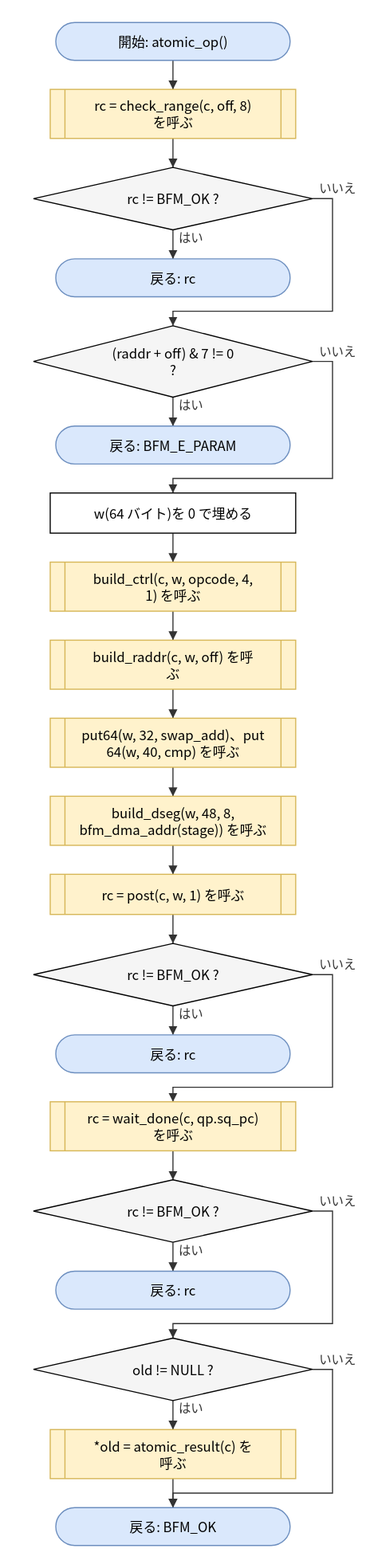
This is doc/spec/images/flow_src_bfm_ops-atomic_op.drawio.svg from hf355051012-ai/bfmem, a draw.io export, as it was before one commit. Source tidied: cells renumbered, new cells last; positions are measured from the earlier drawing's top-left corner, leaving out a move shared by most shapes. The source it was exported from:
```xml
<mxGraphModel>
  <root>
    <mxCell id="0" />
    <mxCell id="1" parent="0" />
    <mxCell id="2" value="開始: atomic_op()" style="rounded=1;arcSize=50;whiteSpace=wrap;html=1;fillColor=#dae8fc;strokeColor=#6c8ebf;" parent="1" vertex="1">
      <mxGeometry x="20" width="210" height="34" as="geometry" />
    </mxCell>
    <mxCell id="3" value="rc = check_range(c, off, 8)&lt;br&gt;を呼ぶ" style="shape=process;whiteSpace=wrap;html=1;backgroundOutline=1;size=0.06;fillColor=#fff2cc;strokeColor=#d6b656;" parent="1" vertex="1">
      <mxGeometry x="15" y="60" width="220" height="44" as="geometry" />
    </mxCell>
    <mxCell id="4" value="rc != BFM_OK ?" style="rhombus;whiteSpace=wrap;html=1;fillColor=#f5f5f5;" parent="1" vertex="1">
      <mxGeometry y="130" width="250" height="56" as="geometry" />
    </mxCell>
    <mxCell id="5" value="戻る: rc" style="rounded=1;arcSize=50;whiteSpace=wrap;html=1;fillColor=#dae8fc;strokeColor=#6c8ebf;" parent="1" vertex="1">
      <mxGeometry x="20" y="212" width="210" height="34" as="geometry" />
    </mxCell>
    <mxCell id="6" value="(raddr + off) &amp;amp; 7 != 0&lt;br&gt;?" style="rhombus;whiteSpace=wrap;html=1;fillColor=#f5f5f5;" parent="1" vertex="1">
      <mxGeometry y="272" width="250" height="64" as="geometry" />
    </mxCell>
    <mxCell id="7" value="戻る: BFM_E_PARAM" style="rounded=1;arcSize=50;whiteSpace=wrap;html=1;fillColor=#dae8fc;strokeColor=#6c8ebf;" parent="1" vertex="1">
      <mxGeometry x="20" y="362" width="210" height="34" as="geometry" />
    </mxCell>
    <mxCell id="8" value="w(64 バイト)を 0 で埋める" style="rounded=0;whiteSpace=wrap;html=1;" parent="1" vertex="1">
      <mxGeometry x="15" y="422" width="220" height="36" as="geometry" />
    </mxCell>
    <mxCell id="9" value="build_ctrl(c, w, opcode, 4,&lt;br&gt;1) を呼ぶ" style="shape=process;whiteSpace=wrap;html=1;backgroundOutline=1;size=0.06;fillColor=#fff2cc;strokeColor=#d6b656;" parent="1" vertex="1">
      <mxGeometry x="15" y="484" width="220" height="44" as="geometry" />
    </mxCell>
    <mxCell id="10" value="build_raddr(c, w, off) を呼&lt;br&gt;ぶ" style="shape=process;whiteSpace=wrap;html=1;backgroundOutline=1;size=0.06;fillColor=#fff2cc;strokeColor=#d6b656;" parent="1" vertex="1">
      <mxGeometry x="15" y="554" width="220" height="44" as="geometry" />
    </mxCell>
    <mxCell id="11" value="put64(w, 32, swap_add)、put&lt;br&gt;64(w, 40, cmp) を呼ぶ" style="shape=process;whiteSpace=wrap;html=1;backgroundOutline=1;size=0.06;fillColor=#fff2cc;strokeColor=#d6b656;" parent="1" vertex="1">
      <mxGeometry x="15" y="624" width="220" height="44" as="geometry" />
    </mxCell>
    <mxCell id="12" value="build_dseg(w, 48, 8,&lt;br&gt;bfm_dma_addr(stage)) を呼ぶ" style="shape=process;whiteSpace=wrap;html=1;backgroundOutline=1;size=0.06;fillColor=#fff2cc;strokeColor=#d6b656;" parent="1" vertex="1">
      <mxGeometry x="15" y="694" width="220" height="44" as="geometry" />
    </mxCell>
    <mxCell id="13" value="rc = post(c, w, 1) を呼ぶ" style="shape=process;whiteSpace=wrap;html=1;backgroundOutline=1;size=0.06;fillColor=#fff2cc;strokeColor=#d6b656;" parent="1" vertex="1">
      <mxGeometry x="15" y="764" width="220" height="36" as="geometry" />
    </mxCell>
    <mxCell id="14" value="rc != BFM_OK ?" style="rhombus;whiteSpace=wrap;html=1;fillColor=#f5f5f5;" parent="1" vertex="1">
      <mxGeometry y="826" width="250" height="56" as="geometry" />
    </mxCell>
    <mxCell id="15" value="戻る: rc" style="rounded=1;arcSize=50;whiteSpace=wrap;html=1;fillColor=#dae8fc;strokeColor=#6c8ebf;" parent="1" vertex="1">
      <mxGeometry x="20" y="908" width="210" height="34" as="geometry" />
    </mxCell>
    <mxCell id="16" value="rc = wait_done(c, qp.sq_pc)&lt;br&gt;を呼ぶ" style="shape=process;whiteSpace=wrap;html=1;backgroundOutline=1;size=0.06;fillColor=#fff2cc;strokeColor=#d6b656;" parent="1" vertex="1">
      <mxGeometry x="15" y="968" width="220" height="44" as="geometry" />
    </mxCell>
    <mxCell id="17" value="rc != BFM_OK ?" style="rhombus;whiteSpace=wrap;html=1;fillColor=#f5f5f5;" parent="1" vertex="1">
      <mxGeometry y="1038" width="250" height="56" as="geometry" />
    </mxCell>
    <mxCell id="18" value="戻る: rc" style="rounded=1;arcSize=50;whiteSpace=wrap;html=1;fillColor=#dae8fc;strokeColor=#6c8ebf;" parent="1" vertex="1">
      <mxGeometry x="20" y="1120" width="210" height="34" as="geometry" />
    </mxCell>
    <mxCell id="19" value="old != NULL ?" style="rhombus;whiteSpace=wrap;html=1;fillColor=#f5f5f5;" parent="1" vertex="1">
      <mxGeometry y="1180" width="250" height="56" as="geometry" />
    </mxCell>
    <mxCell id="20" value="*old = atomic_result(c) を&lt;br&gt;呼ぶ" style="shape=process;whiteSpace=wrap;html=1;backgroundOutline=1;size=0.06;fillColor=#fff2cc;strokeColor=#d6b656;" parent="1" vertex="1">
      <mxGeometry x="15" y="1262" width="220" height="44" as="geometry" />
    </mxCell>
    <mxCell id="21" value="戻る: BFM_OK" style="rounded=1;arcSize=50;whiteSpace=wrap;html=1;fillColor=#dae8fc;strokeColor=#6c8ebf;" parent="1" vertex="1">
      <mxGeometry x="20" y="1332" width="210" height="34" as="geometry" />
    </mxCell>
    <mxCell id="22" style="edgeStyle=none;html=1;rounded=0;endArrow=block;endFill=1;exitX=0.5000;exitY=1.0000;exitDx=0;exitDy=0;exitPerimeter=0;entryX=0.5000;entryY=0.0000;entryDx=0;entryDy=0;entryPerimeter=0;" parent="1" edge="1" source="2" target="3">
      <mxGeometry relative="1" as="geometry" />
    </mxCell>
    <mxCell id="23" style="edgeStyle=none;html=1;rounded=0;endArrow=block;endFill=1;exitX=0.5000;exitY=1.0000;exitDx=0;exitDy=0;exitPerimeter=0;entryX=0.5000;entryY=0.0000;entryDx=0;entryDy=0;entryPerimeter=0;" parent="1" edge="1" source="3" target="4">
      <mxGeometry relative="1" as="geometry" />
    </mxCell>
    <mxCell id="24" value="はい" style="edgeStyle=none;html=1;rounded=0;endArrow=block;endFill=1;exitX=0.5000;exitY=1.0000;exitDx=0;exitDy=0;exitPerimeter=0;entryX=0.5000;entryY=0.0000;entryDx=0;entryDy=0;entryPerimeter=0;" parent="1" edge="1" source="4" target="5">
      <mxGeometry relative="1" as="geometry" />
    </mxCell>
    <mxCell id="25" value="いいえ" style="edgeStyle=none;html=1;rounded=0;endArrow=block;endFill=1;exitX=1.0000;exitY=0.5000;exitDx=0;exitDy=0;exitPerimeter=0;entryX=0.5000;entryY=0.0000;entryDx=0;entryDy=0;entryPerimeter=0;" parent="1" edge="1" source="4" target="6">
      <mxGeometry relative="1" as="geometry">
        <Array as="points">
          <mxPoint x="268" y="158" />
          <mxPoint x="268" y="259" />
          <mxPoint x="125" y="259" />
        </Array>
      </mxGeometry>
    </mxCell>
    <mxCell id="26" value="はい" style="edgeStyle=none;html=1;rounded=0;endArrow=block;endFill=1;exitX=0.5000;exitY=1.0000;exitDx=0;exitDy=0;exitPerimeter=0;entryX=0.5000;entryY=0.0000;entryDx=0;entryDy=0;entryPerimeter=0;" parent="1" edge="1" source="6" target="7">
      <mxGeometry relative="1" as="geometry" />
    </mxCell>
    <mxCell id="27" value="いいえ" style="edgeStyle=none;html=1;rounded=0;endArrow=block;endFill=1;exitX=1.0000;exitY=0.5000;exitDx=0;exitDy=0;exitPerimeter=0;entryX=0.5000;entryY=0.0000;entryDx=0;entryDy=0;entryPerimeter=0;" parent="1" edge="1" source="6" target="8">
      <mxGeometry relative="1" as="geometry">
        <Array as="points">
          <mxPoint x="268" y="304" />
          <mxPoint x="268" y="409" />
          <mxPoint x="125" y="409" />
        </Array>
      </mxGeometry>
    </mxCell>
    <mxCell id="28" style="edgeStyle=none;html=1;rounded=0;endArrow=block;endFill=1;exitX=0.5000;exitY=1.0000;exitDx=0;exitDy=0;exitPerimeter=0;entryX=0.5000;entryY=0.0000;entryDx=0;entryDy=0;entryPerimeter=0;" parent="1" edge="1" source="8" target="9">
      <mxGeometry relative="1" as="geometry" />
    </mxCell>
    <mxCell id="29" style="edgeStyle=none;html=1;rounded=0;endArrow=block;endFill=1;exitX=0.5000;exitY=1.0000;exitDx=0;exitDy=0;exitPerimeter=0;entryX=0.5000;entryY=0.0000;entryDx=0;entryDy=0;entryPerimeter=0;" parent="1" edge="1" source="9" target="10">
      <mxGeometry relative="1" as="geometry" />
    </mxCell>
    <mxCell id="30" style="edgeStyle=none;html=1;rounded=0;endArrow=block;endFill=1;exitX=0.5000;exitY=1.0000;exitDx=0;exitDy=0;exitPerimeter=0;entryX=0.5000;entryY=0.0000;entryDx=0;entryDy=0;entryPerimeter=0;" parent="1" edge="1" source="10" target="11">
      <mxGeometry relative="1" as="geometry" />
    </mxCell>
    <mxCell id="31" style="edgeStyle=none;html=1;rounded=0;endArrow=block;endFill=1;exitX=0.5000;exitY=1.0000;exitDx=0;exitDy=0;exitPerimeter=0;entryX=0.5000;entryY=0.0000;entryDx=0;entryDy=0;entryPerimeter=0;" parent="1" edge="1" source="11" target="12">
      <mxGeometry relative="1" as="geometry" />
    </mxCell>
    <mxCell id="32" style="edgeStyle=none;html=1;rounded=0;endArrow=block;endFill=1;exitX=0.5000;exitY=1.0000;exitDx=0;exitDy=0;exitPerimeter=0;entryX=0.5000;entryY=0.0000;entryDx=0;entryDy=0;entryPerimeter=0;" parent="1" edge="1" source="12" target="13">
      <mxGeometry relative="1" as="geometry" />
    </mxCell>
    <mxCell id="33" style="edgeStyle=none;html=1;rounded=0;endArrow=block;endFill=1;exitX=0.5000;exitY=1.0000;exitDx=0;exitDy=0;exitPerimeter=0;entryX=0.5000;entryY=0.0000;entryDx=0;entryDy=0;entryPerimeter=0;" parent="1" edge="1" source="13" target="14">
      <mxGeometry relative="1" as="geometry" />
    </mxCell>
    <mxCell id="34" value="はい" style="edgeStyle=none;html=1;rounded=0;endArrow=block;endFill=1;exitX=0.5000;exitY=1.0000;exitDx=0;exitDy=0;exitPerimeter=0;entryX=0.5000;entryY=0.0000;entryDx=0;entryDy=0;entryPerimeter=0;" parent="1" edge="1" source="14" target="15">
      <mxGeometry relative="1" as="geometry" />
    </mxCell>
    <mxCell id="35" value="いいえ" style="edgeStyle=none;html=1;rounded=0;endArrow=block;endFill=1;exitX=1.0000;exitY=0.5000;exitDx=0;exitDy=0;exitPerimeter=0;entryX=0.5000;entryY=0.0000;entryDx=0;entryDy=0;entryPerimeter=0;" parent="1" edge="1" source="14" target="16">
      <mxGeometry relative="1" as="geometry">
        <Array as="points">
          <mxPoint x="268" y="854" />
          <mxPoint x="268" y="955" />
          <mxPoint x="125" y="955" />
        </Array>
      </mxGeometry>
    </mxCell>
    <mxCell id="36" style="edgeStyle=none;html=1;rounded=0;endArrow=block;endFill=1;exitX=0.5000;exitY=1.0000;exitDx=0;exitDy=0;exitPerimeter=0;entryX=0.5000;entryY=0.0000;entryDx=0;entryDy=0;entryPerimeter=0;" parent="1" edge="1" source="16" target="17">
      <mxGeometry relative="1" as="geometry" />
    </mxCell>
    <mxCell id="37" value="はい" style="edgeStyle=none;html=1;rounded=0;endArrow=block;endFill=1;exitX=0.5000;exitY=1.0000;exitDx=0;exitDy=0;exitPerimeter=0;entryX=0.5000;entryY=0.0000;entryDx=0;entryDy=0;entryPerimeter=0;" parent="1" edge="1" source="17" target="18">
      <mxGeometry relative="1" as="geometry" />
    </mxCell>
    <mxCell id="38" value="いいえ" style="edgeStyle=none;html=1;rounded=0;endArrow=block;endFill=1;exitX=1.0000;exitY=0.5000;exitDx=0;exitDy=0;exitPerimeter=0;entryX=0.5000;entryY=0.0000;entryDx=0;entryDy=0;entryPerimeter=0;" parent="1" edge="1" source="17" target="19">
      <mxGeometry relative="1" as="geometry">
        <Array as="points">
          <mxPoint x="268" y="1066" />
          <mxPoint x="268" y="1167" />
          <mxPoint x="125" y="1167" />
        </Array>
      </mxGeometry>
    </mxCell>
    <mxCell id="39" value="はい" style="edgeStyle=none;html=1;rounded=0;endArrow=block;endFill=1;exitX=0.5000;exitY=1.0000;exitDx=0;exitDy=0;exitPerimeter=0;entryX=0.5000;entryY=0.0000;entryDx=0;entryDy=0;entryPerimeter=0;" parent="1" edge="1" source="19" target="20">
      <mxGeometry relative="1" as="geometry" />
    </mxCell>
    <mxCell id="40" style="edgeStyle=none;html=1;rounded=0;endArrow=block;endFill=1;exitX=0.5000;exitY=1.0000;exitDx=0;exitDy=0;exitPerimeter=0;entryX=0.5000;entryY=0.0000;entryDx=0;entryDy=0;entryPerimeter=0;" parent="1" edge="1" source="20" target="21">
      <mxGeometry relative="1" as="geometry" />
    </mxCell>
    <mxCell id="41" value="いいえ" style="edgeStyle=none;html=1;rounded=0;endArrow=block;endFill=1;exitX=1.0000;exitY=0.5000;exitDx=0;exitDy=0;exitPerimeter=0;entryX=0.5000;entryY=0.0000;entryDx=0;entryDy=0;entryPerimeter=0;" parent="1" edge="1" source="19" target="21">
      <mxGeometry relative="1" as="geometry">
        <Array as="points">
          <mxPoint x="268" y="1208" />
          <mxPoint x="268" y="1319" />
          <mxPoint x="125" y="1319" />
        </Array>
      </mxGeometry>
    </mxCell>
  </root>
</mxGraphModel>
```
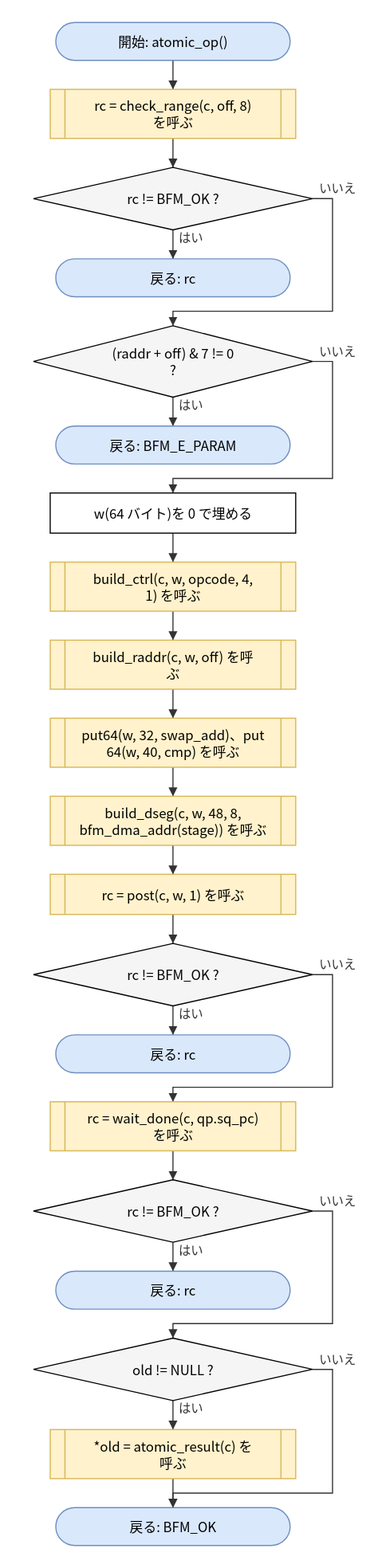
The same diagram one commit later.

Change to the diagram source:
```diff
@@ -32,7 +32,7 @@
     <mxCell id="11" value="put64(w, 32, swap_add)、put&lt;br&gt;64(w, 40, cmp) を呼ぶ" style="shape=process;whiteSpace=wrap;html=1;backgroundOutline=1;size=0.06;fillColor=#fff2cc;strokeColor=#d6b656;" parent="1" vertex="1">
       <mxGeometry x="15" y="624" width="220" height="44" as="geometry" />
     </mxCell>
-    <mxCell id="12" value="build_dseg(w, 48, 8,&lt;br&gt;bfm_dma_addr(stage)) を呼ぶ" style="shape=process;whiteSpace=wrap;html=1;backgroundOutline=1;size=0.06;fillColor=#fff2cc;strokeColor=#d6b656;" parent="1" vertex="1">
+    <mxCell id="12" value="build_dseg(c, w, 48, 8,&lt;br&gt;bfm_dma_addr(stage)) を呼ぶ" style="shape=process;whiteSpace=wrap;html=1;backgroundOutline=1;size=0.06;fillColor=#fff2cc;strokeColor=#d6b656;" parent="1" vertex="1">
       <mxGeometry x="15" y="694" width="220" height="44" as="geometry" />
     </mxCell>
     <mxCell id="13" value="rc = post(c, w, 1) を呼ぶ" style="shape=process;whiteSpace=wrap;html=1;backgroundOutline=1;size=0.06;fillColor=#fff2cc;strokeColor=#d6b656;" parent="1" vertex="1">
```
